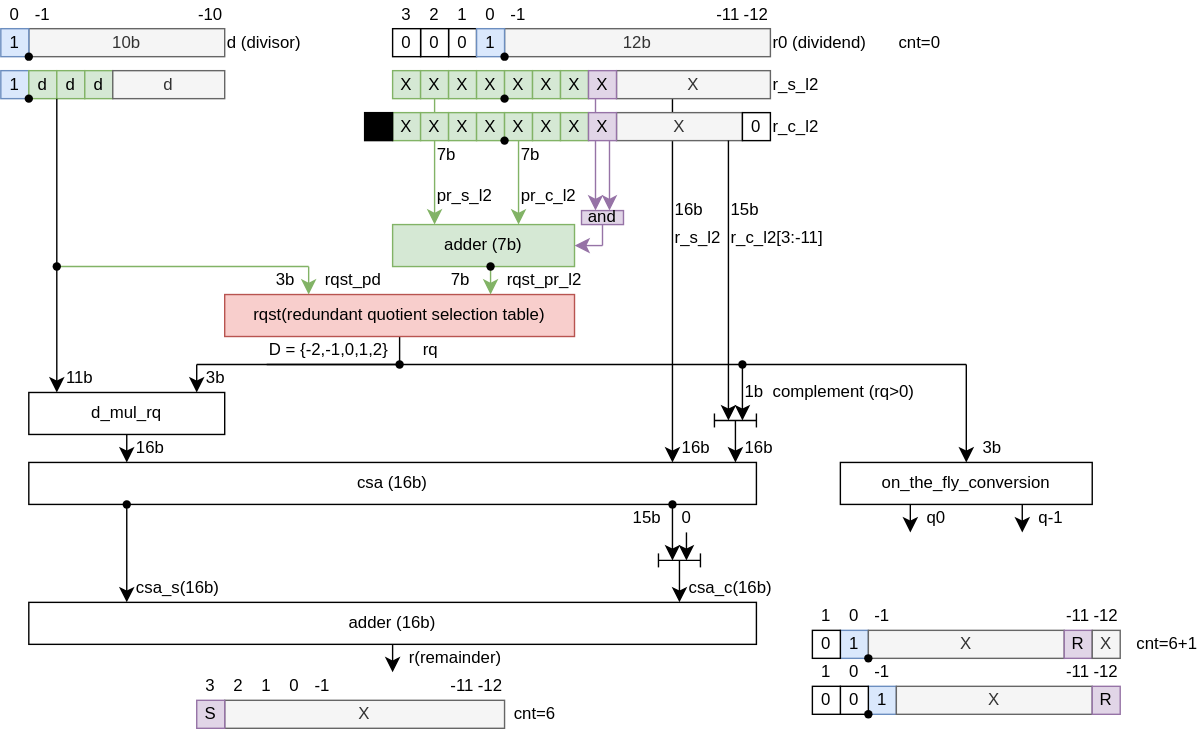
Before: de/fpu/include_f16div/f16dsu_radix4_srt_div_uarch.svg, a diagram exported from draw.io (jnjnliwenjie0022/obs). Source tidied: cells renumbered, new cells last; positions are measured from the earlier drawing's top-left corner, leaving out a move shared by most shapes.
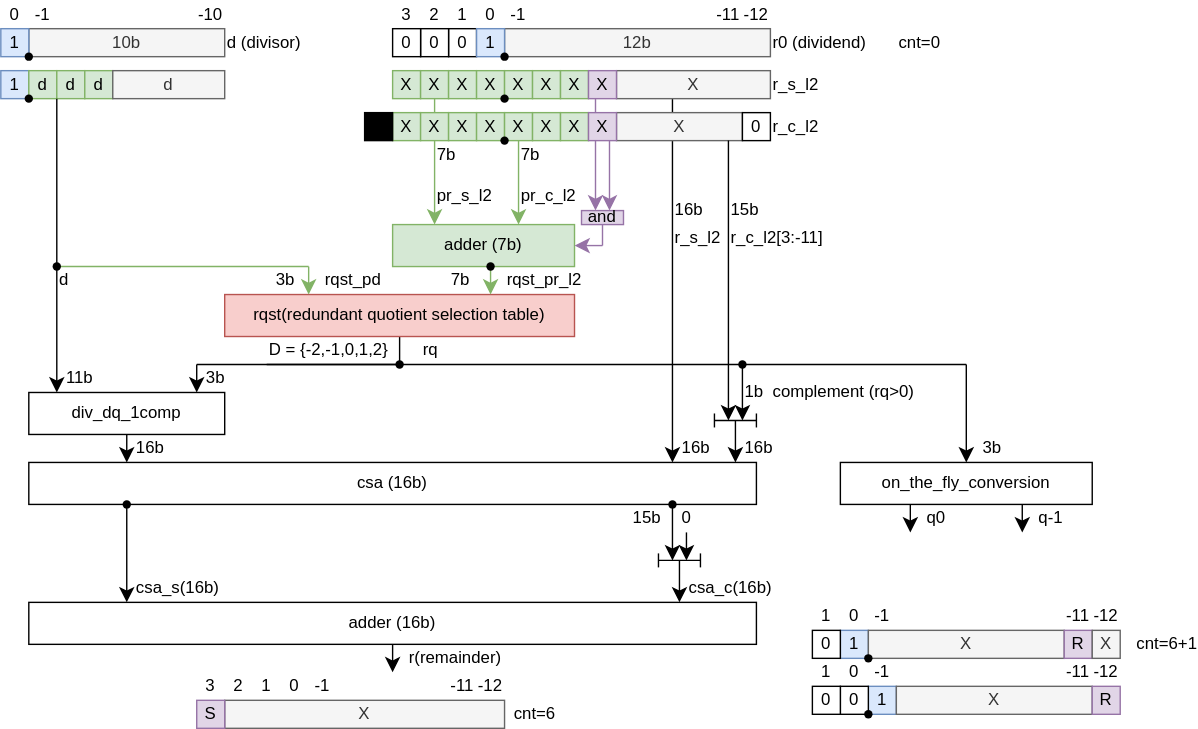
Later version of the same file.

Diff of the diagram source:
```diff
@@ -23,7 +23,7 @@
         <mxPoint x="90" y="330" as="targetPoint" />
       </mxGeometry>
     </mxCell>
-    <mxCell id="6" value="d_mul_rq" style="whiteSpace=wrap;html=1;" parent="1" vertex="1">
+    <mxCell id="6" value="div_dq_1comp" style="whiteSpace=wrap;html=1;" parent="1" vertex="1">
       <mxGeometry x="20" y="280" width="140" height="30" as="geometry" />
     </mxCell>
     <mxCell id="7" style="edgeStyle=none;curved=1;rounded=0;jettySize=auto;html=1;fontSize=12;startSize=8;endSize=8;endArrow=none;endFill=0;" parent="1" edge="1" source="8" target="67">
@@ -554,5 +554,8 @@
     <mxCell id="160" value="1b" style="whiteSpace=wrap;html=1;align=left;fillColor=none;strokeColor=none;" parent="1" vertex="1">
       <mxGeometry x="530" y="270" width="25" height="20" as="geometry" />
     </mxCell>
+    <mxCell id="161" value="d" style="whiteSpace=wrap;html=1;align=left;fillColor=none;strokeColor=none;" parent="1" vertex="1">
+      <mxGeometry x="40" y="190" width="50" height="20" as="geometry" />
+    </mxCell>
   </root>
 </mxGraphModel>
```
